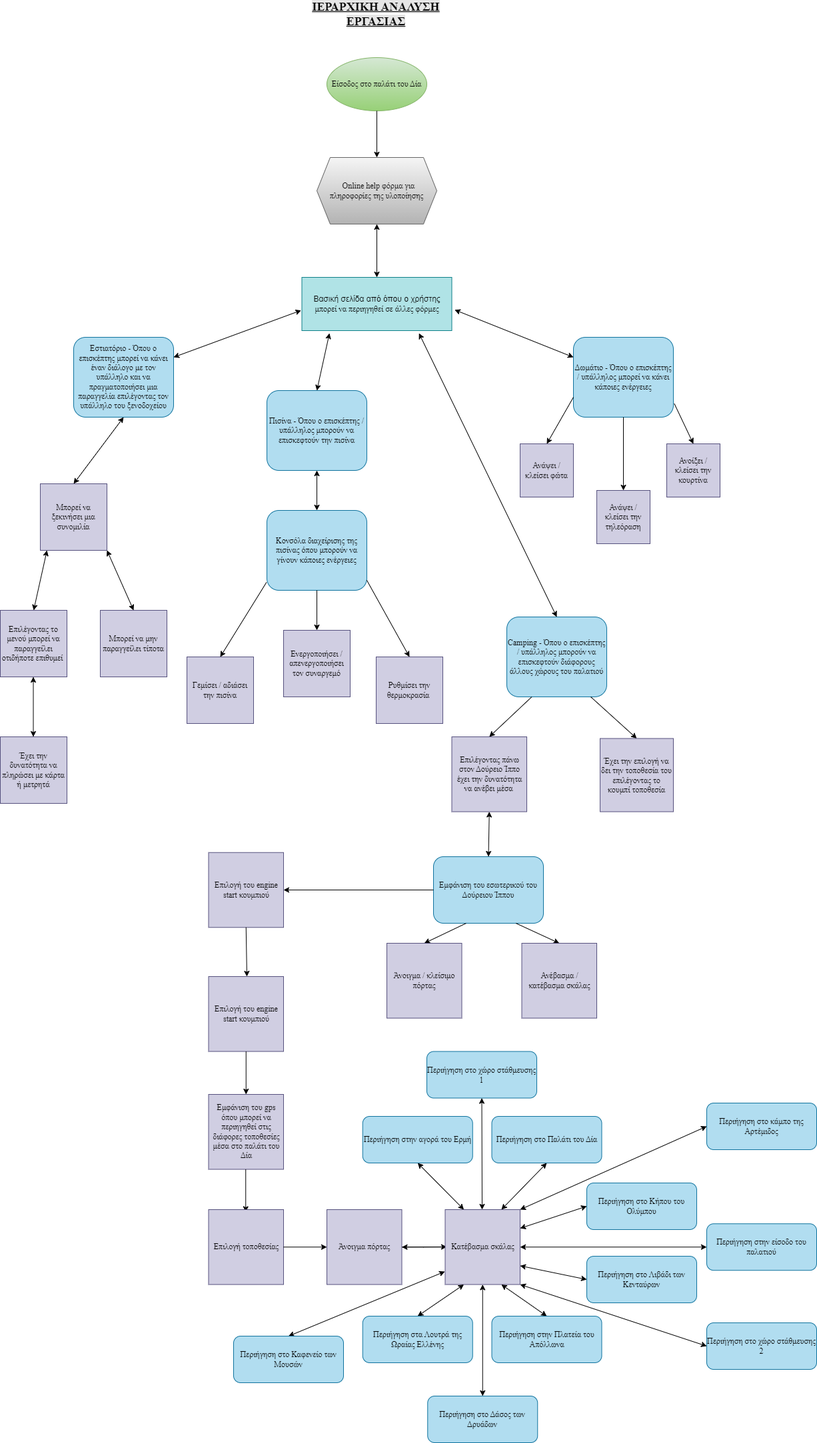
The draw.io diagram ierarxikhAnalushErgasias.png in mamor1994/ProjectPalaceOfZeus, before a commit. Source tidied: cells renumbered, new cells last; positions are measured from the earlier drawing's top-left corner, leaving out a move shared by most shapes.
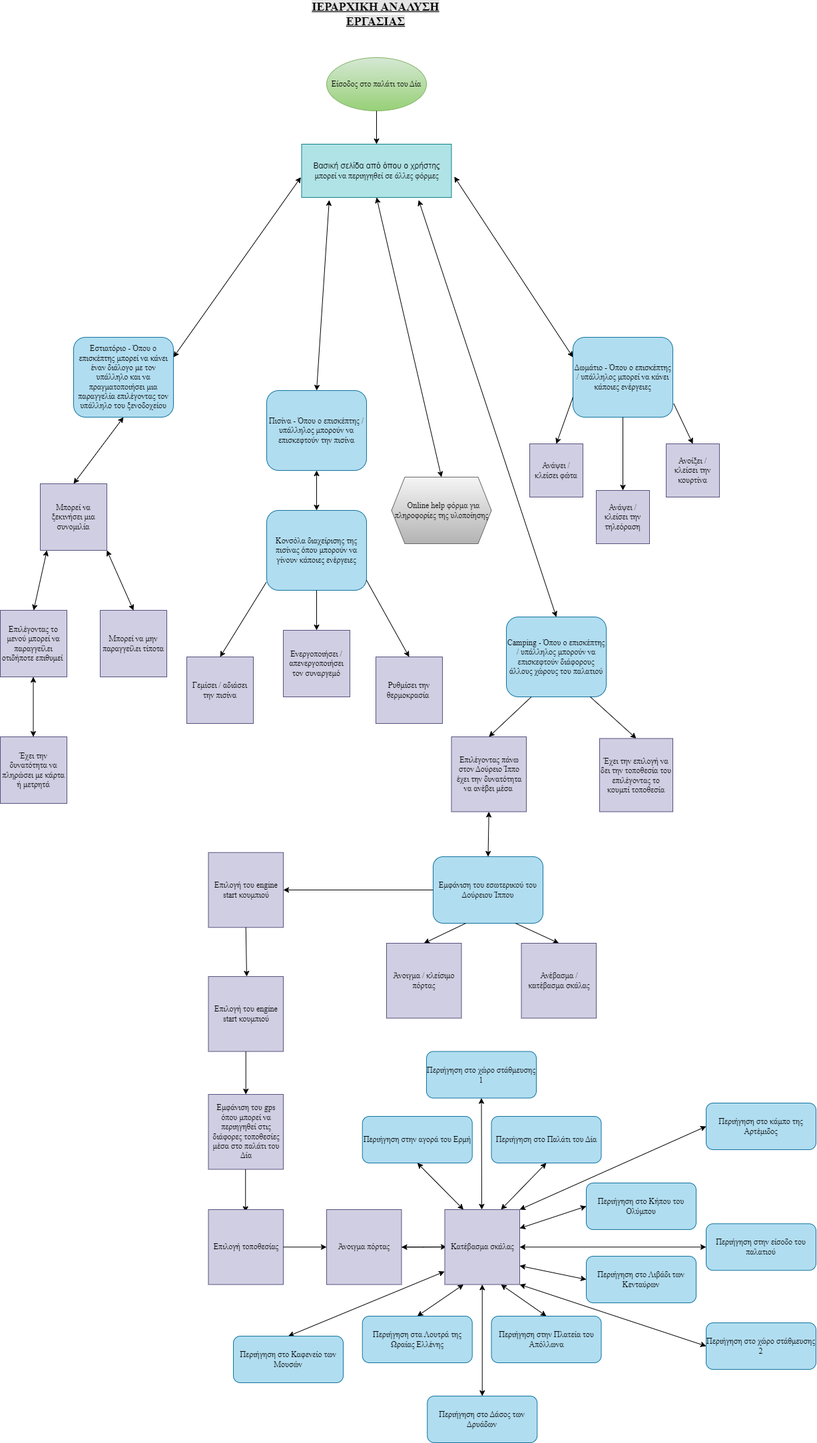
After the change.

What changed in the source:
```diff
@@ -8,13 +8,13 @@
     <mxCell id="3" value="&lt;font size=&quot;1&quot; face=&quot;Times New Roman&quot;&gt;&lt;b&gt;&lt;u style=&quot;font-size: 18px; background-color: rgb(230, 230, 230);&quot;&gt;ΙΕΡΑΡΧΙΚΗ ΑΝΑΛΥΣΗ ΕΡΓΑΣΙΑΣ&lt;/u&gt;&lt;/b&gt;&lt;/font&gt;" style="text;html=1;strokeColor=none;fillColor=none;align=center;verticalAlign=middle;whiteSpace=wrap;rounded=0;" parent="1" vertex="1">
       <mxGeometry x="429" width="270" height="30" as="geometry" />
     </mxCell>
-    <mxCell id="4" style="endArrow=classic;html=1;rounded=0;exitX=0.5;exitY=1;exitDx=0;exitDy=0;" parent="1" edge="1" source="2" target="5">
+    <mxCell id="4" style="endArrow=classic;html=1;rounded=0;exitX=0.5;exitY=1;exitDx=0;exitDy=0;entryX=0.5;entryY=0;entryDx=0;entryDy=0;entryPerimeter=0;" parent="1" edge="1" source="2" target="18">
       <mxGeometry relative="1" as="geometry" />
     </mxCell>
     <mxCell id="5" value="&lt;font face=&quot;Times New Roman&quot;&gt;&amp;nbsp; Online help φόρμα για πληροφορίες της υλοποίησης&lt;/font&gt;" style="shape=hexagon;perimeter=hexagonPerimeter2;whiteSpace=wrap;html=1;fixedSize=1;fillColor=#f5f5f5;gradientColor=#b3b3b3;strokeColor=#666666;" parent="1" vertex="1">
-      <mxGeometry x="475" y="230" width="180" height="100" as="geometry" />
+      <mxGeometry x="587.5" y="710" width="150" height="100" as="geometry" />
     </mxCell>
-    <mxCell id="6" style="endArrow=classic;startArrow=classic;html=1;rounded=0;entryX=0.5;entryY=1;entryDx=0;entryDy=0;exitX=0.5;exitY=0;exitDx=0;exitDy=0;" parent="1" edge="1" source="18" target="5">
+    <mxCell id="6" style="endArrow=classic;startArrow=classic;html=1;rounded=0;exitX=0.5;exitY=0;exitDx=0;exitDy=0;entryX=0.5;entryY=1;entryDx=0;entryDy=0;" parent="1" edge="1" source="5" target="18">
       <mxGeometry relative="1" as="geometry" />
     </mxCell>
     <mxCell id="7" style="endArrow=classic;startArrow=classic;html=1;rounded=0;exitX=0;exitY=0.75;exitDx=0;exitDy=0;entryX=-0.005;entryY=0.62;entryDx=0;entryDy=0;entryPerimeter=0;" parent="1" edge="1" source="11" target="18">
@@ -51,10 +51,10 @@
       <mxGeometry relative="1" as="geometry" />
     </mxCell>
     <mxCell id="18" value="Βασική σελίδα από όπου ο χρήστης&lt;br style=&quot;border-color: var(--border-color); font-family: &amp;quot;Times New Roman&amp;quot;;&quot;&gt;&lt;span style=&quot;font-family: &amp;quot;Times New Roman&amp;quot;;&quot;&gt;μπορεί να περιηγηθεί σε άλλες φόρμες&lt;/span&gt;" style="rounded=0;whiteSpace=wrap;html=1;fillColor=#b0e3e6;strokeColor=#0e8088;" parent="1" vertex="1">
-      <mxGeometry x="452.5" y="410" width="225" height="80" as="geometry" />
+      <mxGeometry x="452.5" y="210" width="225" height="80" as="geometry" />
     </mxCell>
     <mxCell id="19" value="&lt;font face=&quot;Times New Roman&quot;&gt;Ανάψει / κλείσει φώτα&lt;/font&gt;" style="whiteSpace=wrap;html=1;fillColor=#d0cee2;strokeColor=#56517e;" parent="1" vertex="1">
-      <mxGeometry x="780" y="660" width="80" height="80" as="geometry" />
+      <mxGeometry x="795" y="660" width="80" height="80" as="geometry" />
     </mxCell>
     <mxCell id="20" value="&lt;font face=&quot;Times New Roman&quot;&gt;Ανάψει / κλείσει την τηλεόραση&lt;/font&gt;" style="whiteSpace=wrap;html=1;fillColor=#d0cee2;strokeColor=#56517e;" parent="1" vertex="1">
       <mxGeometry x="895" y="730" width="80" height="80" as="geometry" />
```
